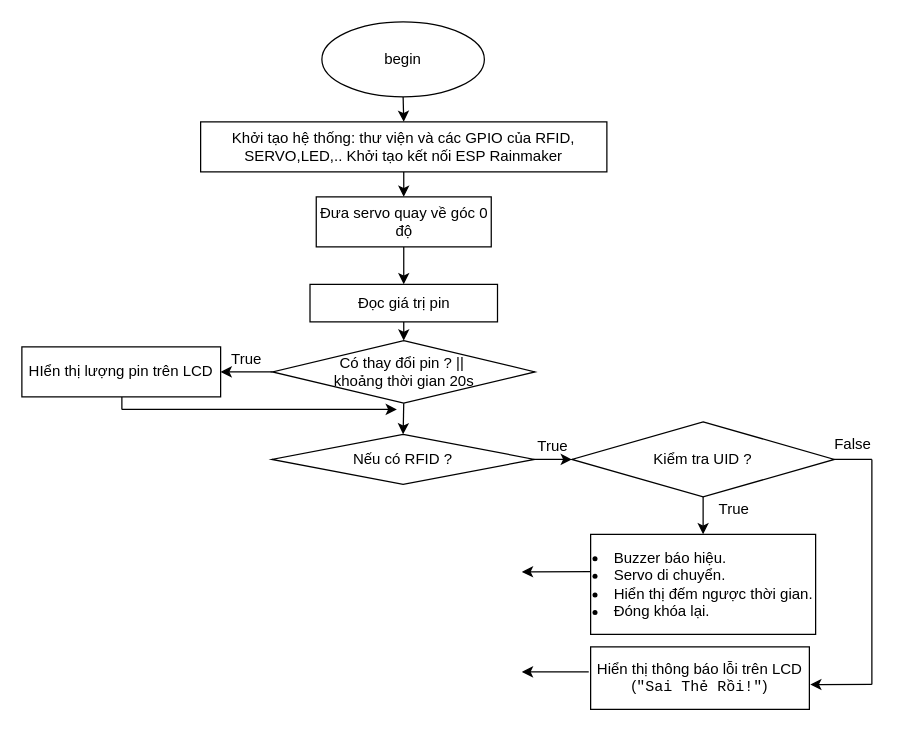
The draw.io diagram page "Khóa cửa thông minh" (2 of 3) of home.drawio in 106210049/Smart-home, before the edit. Source tidied: cells renumbered, new cells numbered last; positions are measured from the earlier drawing's top-left corner, leaving out a move shared by most shapes. Both pictures are drawn from the tidied source at 125%, with x=0, y=0 at pixel (21, 21).
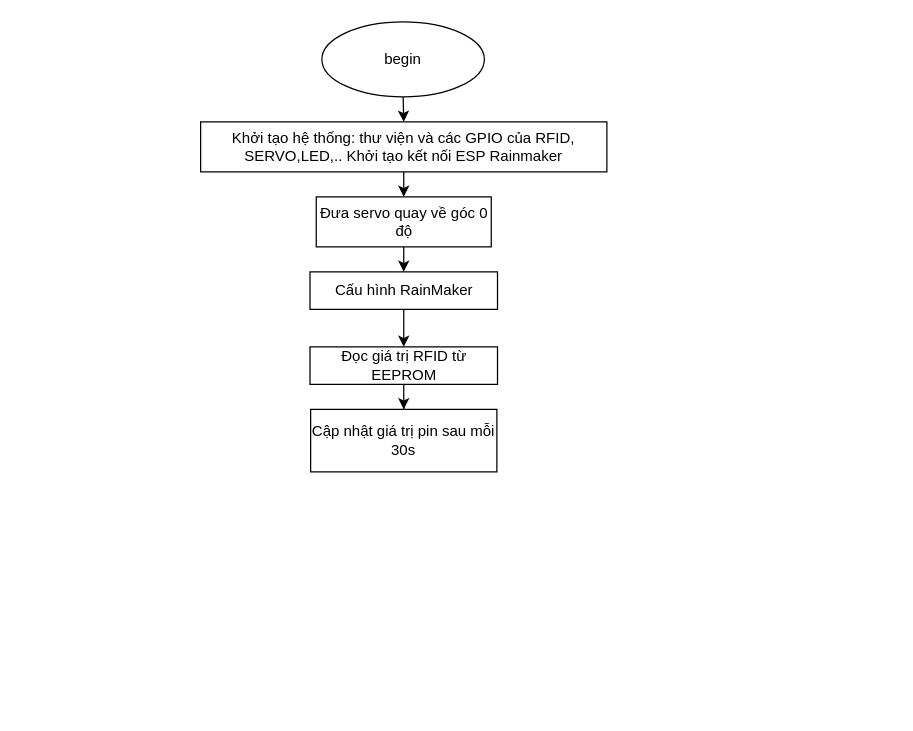
After the change.

The edit, as a diff of the source:
```diff
@@
-    <mxCell id="6" style="edgeStyle=orthogonalEdgeStyle;rounded=0;jettySize=auto;html=1;exitX=0.5;exitY=1;exitDx=0;exitDy=0;entryX=0.5;entryY=0;entryDx=0;entryDy=0;" parent="1" edge="1" source="7" target="10">
-      <mxGeometry relative="1" as="geometry" />
-    </mxCell>
+    <mxCell id="31" style="edgeStyle=orthogonalEdgeStyle;rounded=0;jettySize=auto;html=1;" parent="1" edge="1" source="7" target="33">
+      <mxGeometry relative="1" as="geometry" />
+    </mxCell>
-    <mxCell id="7" value="Đọc giá trị pin" style="rounded=0;whiteSpace=wrap;html=1;" parent="1" vertex="1">
-      <mxGeometry x="230.5" y="210" width="150" height="30" as="geometry" />
+    <mxCell id="7" value="Cấu hình RainMaker" style="rounded=0;whiteSpace=wrap;html=1;" parent="1" vertex="1">
+      <mxGeometry x="230.5" y="200" width="150" height="30" as="geometry" />
     </mxCell>
-    <mxCell id="8" style="edgeStyle=orthogonalEdgeStyle;rounded=0;jettySize=auto;html=1;exitX=0;exitY=0.5;exitDx=0;exitDy=0;entryX=1;entryY=0.5;entryDx=0;entryDy=0;" parent="1" edge="1" source="10" target="11">
-      <mxGeometry relative="1" as="geometry" />
-    </mxCell>
-    <mxCell id="9" style="edgeStyle=orthogonalEdgeStyle;rounded=0;jettySize=auto;html=1;exitX=0.5;exitY=1;exitDx=0;exitDy=0;entryX=0.5;entryY=0;entryDx=0;entryDy=0;" parent="1" edge="1" source="10" target="13">
-      <mxGeometry relative="1" as="geometry" />
-    </mxCell>
-    <mxCell id="10" value="Có thay đổi pin ? ||&amp;nbsp;&lt;div&gt;khoảng thời gian 20s&lt;/div&gt;" style="rhombus;whiteSpace=wrap;html=1;" parent="1" vertex="1">
-      <mxGeometry x="200.5" y="255" width="210" height="50" as="geometry" />
-    </mxCell>
-    <mxCell id="11" value="HIển thị lượng pin trên LCD" style="rounded=0;whiteSpace=wrap;html=1;" parent="1" vertex="1">
-      <mxGeometry y="260" width="159" height="40" as="geometry" />
-    </mxCell>
-    <mxCell id="12" style="edgeStyle=orthogonalEdgeStyle;rounded=0;jettySize=auto;html=1;exitX=1;exitY=0.5;exitDx=0;exitDy=0;entryX=0;entryY=0.5;entryDx=0;entryDy=0;" parent="1" edge="1" source="13" target="15">
-      <mxGeometry relative="1" as="geometry">
-        <Array as="points">
-          <mxPoint x="410" y="350" />
-        </Array>
-      </mxGeometry>
-    </mxCell>
-    <mxCell id="13" value="Nếu có RFID ?" style="rhombus;whiteSpace=wrap;html=1;" parent="1" vertex="1">
-      <mxGeometry x="200" y="330" width="210" height="40" as="geometry" />
-    </mxCell>
-    <mxCell id="14" style="edgeStyle=orthogonalEdgeStyle;rounded=0;jettySize=auto;html=1;exitX=0.5;exitY=1;exitDx=0;exitDy=0;entryX=0.5;entryY=0;entryDx=0;entryDy=0;" parent="1" edge="1" source="15" target="16">
-      <mxGeometry relative="1" as="geometry" />
-    </mxCell>
-    <mxCell id="15" value="Kiểm tra&amp;nbsp;UID ?" style="rhombus;whiteSpace=wrap;html=1;" parent="1" vertex="1">
-      <mxGeometry x="440" y="320" width="210" height="60" as="geometry" />
-    </mxCell>
-    <mxCell id="16" value="&lt;li style=&quot;text-align: justify;&quot;&gt;Buzzer báo hiệu.&lt;/li&gt;&lt;li style=&quot;text-align: justify;&quot;&gt;Servo di chuyển.&lt;/li&gt;&lt;li style=&quot;text-align: justify;&quot;&gt;Hiển thị đếm ngược thời gian.&lt;/li&gt;&lt;li style=&quot;text-align: justify;&quot;&gt;Đóng khóa lại.&lt;/li&gt;" style="rounded=0;whiteSpace=wrap;html=1;" parent="1" vertex="1">
-      <mxGeometry x="455" y="410" width="180" height="80" as="geometry" />
-    </mxCell>
-    <mxCell id="17" value="Hiển thị thông báo lỗi trên LCD (&lt;code&gt;&quot;Sai Thẻ Rồi!&quot;&lt;/code&gt;)" style="rounded=0;whiteSpace=wrap;html=1;" parent="1" vertex="1">
-      <mxGeometry x="455" y="500" width="175" height="50" as="geometry" />
-    </mxCell>
-    <mxCell id="18" style="endArrow=none;html=1;rounded=0;" parent="1" edge="1">
-      <mxGeometry relative="1" as="geometry">
-        <mxPoint x="650" y="349.9" as="sourcePoint" />
-        <mxPoint x="680" y="350" as="targetPoint" />
-      </mxGeometry>
-    </mxCell>
-    <mxCell id="19" style="endArrow=none;html=1;rounded=0;" parent="1" edge="1">
-      <mxGeometry relative="1" as="geometry">
-        <mxPoint x="680" y="530" as="sourcePoint" />
-        <mxPoint x="680" y="350" as="targetPoint" />
-      </mxGeometry>
-    </mxCell>
-    <mxCell id="20" style="endArrow=classic;html=1;rounded=0;entryX=1.004;entryY=0.603;entryDx=0;entryDy=0;entryPerimeter=0;" parent="1" edge="1" target="17">
-      <mxGeometry relative="1" as="geometry">
-        <mxPoint x="680" y="530" as="sourcePoint" />
-      </mxGeometry>
-    </mxCell>
-    <mxCell id="21" value="True" style="text;strokeColor=none;align=center;fillColor=none;html=1;verticalAlign=middle;whiteSpace=wrap;rounded=0;" parent="1" vertex="1">
-      <mxGeometry x="150" y="260" width="60" height="20" as="geometry" />
-    </mxCell>
-    <mxCell id="22" value="True" style="text;strokeColor=none;align=center;fillColor=none;html=1;verticalAlign=middle;whiteSpace=wrap;rounded=0;" parent="1" vertex="1">
-      <mxGeometry x="540" y="380" width="60" height="20" as="geometry" />
-    </mxCell>
-    <mxCell id="23" value="True" style="text;strokeColor=none;align=center;fillColor=none;html=1;verticalAlign=middle;whiteSpace=wrap;rounded=0;" parent="1" vertex="1">
-      <mxGeometry x="395" y="330" width="60" height="20" as="geometry" />
-    </mxCell>
-    <mxCell id="24" value="False" style="text;strokeColor=none;align=center;fillColor=none;html=1;verticalAlign=middle;whiteSpace=wrap;rounded=0;" parent="1" vertex="1">
-      <mxGeometry x="635" y="330" width="60" height="15" as="geometry" />
-    </mxCell>
-    <mxCell id="25" style="endArrow=classic;html=1;rounded=0;" parent="1" edge="1">
-      <mxGeometry relative="1" as="geometry">
-        <mxPoint x="453.5" y="520" as="sourcePoint" />
-        <mxPoint x="400" y="520" as="targetPoint" />
-      </mxGeometry>
-    </mxCell>
-    <mxCell id="26" style="endArrow=classic;html=1;rounded=0;exitX=-0.002;exitY=0.373;exitDx=0;exitDy=0;exitPerimeter=0;" parent="1" edge="1" source="16">
-      <mxGeometry relative="1" as="geometry">
-        <mxPoint x="400" y="440" as="targetPoint" />
-      </mxGeometry>
-    </mxCell>
-    <mxCell id="27" style="endArrow=none;html=1;rounded=0;" parent="1" edge="1">
-      <mxGeometry relative="1" as="geometry">
-        <mxPoint x="80" y="310" as="sourcePoint" />
-        <mxPoint x="80" y="300" as="targetPoint" />
-      </mxGeometry>
-    </mxCell>
-    <mxCell id="28" style="endArrow=classic;html=1;rounded=0;" parent="1" edge="1">
-      <mxGeometry relative="1" as="geometry">
-        <mxPoint x="80" y="310" as="sourcePoint" />
-        <mxPoint x="300" y="310" as="targetPoint" />
-      </mxGeometry>
-    </mxCell>
@@
+    <mxCell id="32" style="edgeStyle=orthogonalEdgeStyle;rounded=0;jettySize=auto;html=1;" parent="1" edge="1" source="33" target="34">
+      <mxGeometry relative="1" as="geometry" />
+    </mxCell>
+    <mxCell id="33" value="Đọc giá trị RFID từ EEPROM" style="rounded=0;whiteSpace=wrap;html=1;" parent="1" vertex="1">
+      <mxGeometry x="230.5" y="260" width="150" height="30" as="geometry" />
+    </mxCell>
+    <mxCell id="34" value="Cập nhật giá trị pin sau mỗi 30s" style="rounded=0;whiteSpace=wrap;html=1;" parent="1" vertex="1">
+      <mxGeometry x="231" y="310" width="149" height="50" as="geometry" />
+    </mxCell>
```
